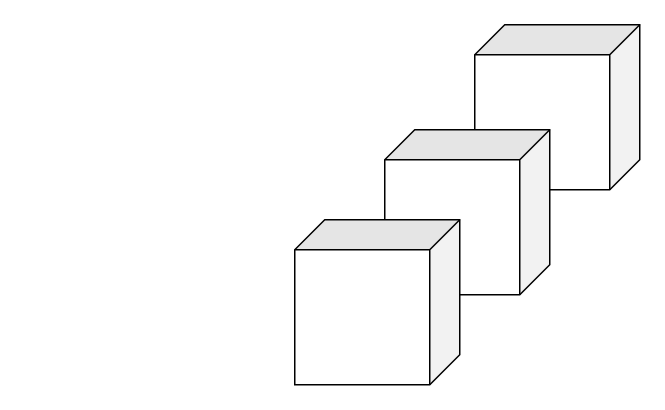
Above: Untitled Diagram.drawio in Harsh9524/covid_ct_dataset (draw.io), before the change. Source tidied: cells renumbered, new cells numbered last; positions are measured from the earlier drawing's top-left corner, leaving out a move shared by most shapes. Both pictures are drawn from the tidied source at 150%, with x=0, y=0 at pixel (294, 24).
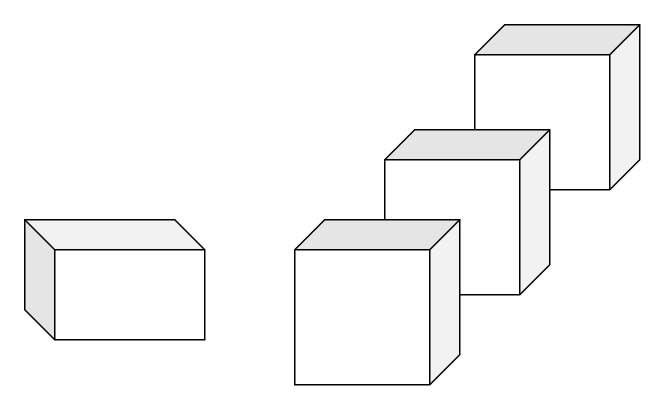
After the change.

Diff of the diagram source:
```diff
@@
 <mxGraphModel>
   <root>
     <mxCell id="0" />
     <mxCell id="1" parent="0" />
     <mxCell id="2" style="shape=cube;whiteSpace=wrap;html=1;boundedLbl=1;backgroundOutline=1;darkOpacity=0.05;darkOpacity2=0.1;direction=south;" parent="1" vertex="1">
       <mxGeometry x="120" width="110" height="110" as="geometry" />
     </mxCell>
     <mxCell id="3" style="shape=cube;whiteSpace=wrap;html=1;boundedLbl=1;backgroundOutline=1;darkOpacity=0.05;darkOpacity2=0.1;direction=south;" parent="1" vertex="1">
       <mxGeometry x="60" y="70" width="110" height="110" as="geometry" />
     </mxCell>
     <mxCell id="4" style="shape=cube;whiteSpace=wrap;html=1;boundedLbl=1;backgroundOutline=1;darkOpacity=0.05;darkOpacity2=0.1;direction=south;" parent="1" vertex="1">
       <mxGeometry y="130" width="110" height="110" as="geometry" />
     </mxCell>
+    <mxCell id="5" style="shape=cube;whiteSpace=wrap;html=1;boundedLbl=1;backgroundOutline=1;darkOpacity=0.05;darkOpacity2=0.1;" parent="1" vertex="1">
+      <mxGeometry x="-180" y="130" width="120" height="80" as="geometry" />
+    </mxCell>
   </root>
 </mxGraphModel>
```
